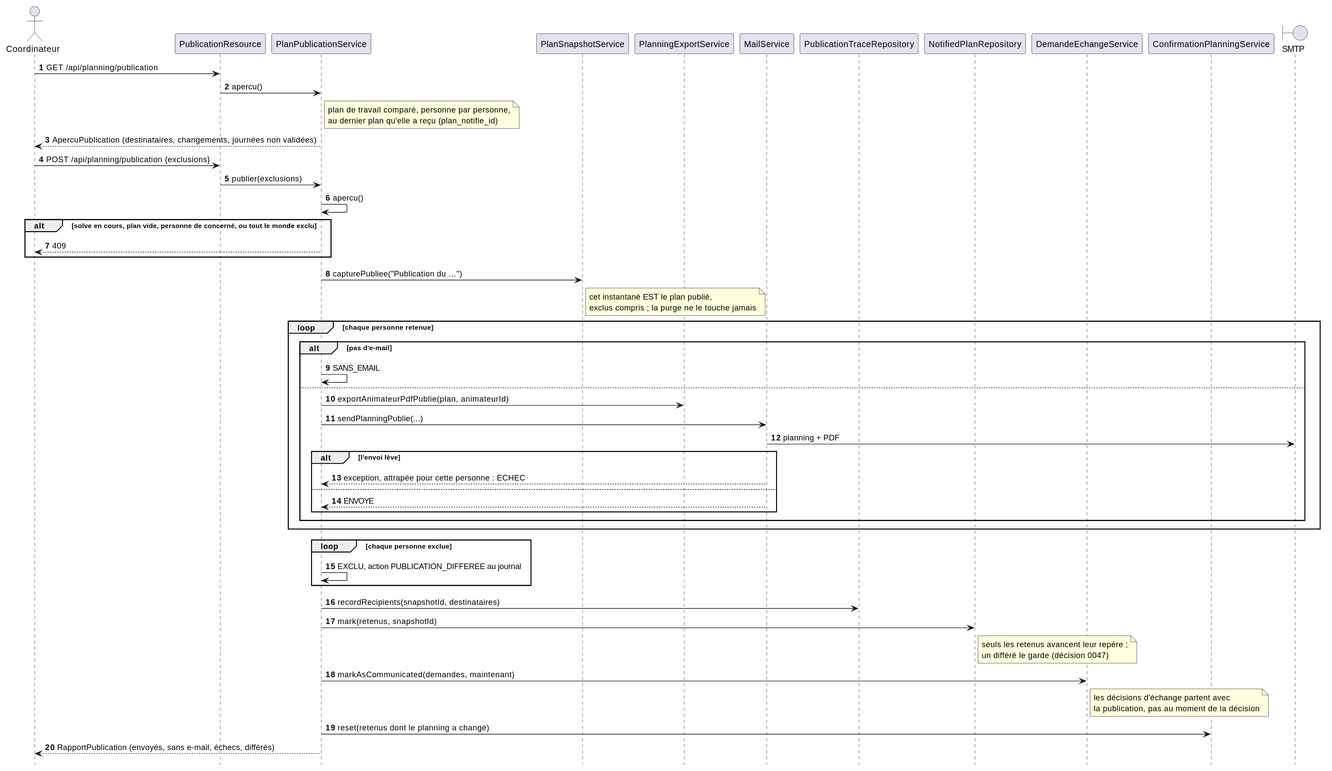
The PlantUML diagram docs/diagrammes/publication.svg in sylvainmetayer/planning-equipes, before a commit. Source of this version:
```plantuml
@startuml
skinparam backgroundColor #FFFFFF
skinparam responseMessageBelowArrow true
hide footbox
autonumber

actor "Coordinateur" as admin
participant PublicationResource as resource
participant PlanPublicationService as publication
participant PlanSnapshotService as snapshots
participant PlanningExportService as exports
participant MailService as mails
participant PublicationTraceRepository as traces
participant NotifiedPlanRepository as reperes
participant DemandeEchangeService as echanges
participant ConfirmationPlanningService as confirmations
boundary "SMTP" as smtp

admin -> resource : GET /api/planning/publication
resource -> publication : apercu()
note right of publication : plan de travail comparé, personne par personne,\nau dernier plan qu'elle a reçu (plan_notifie_id)
publication --> admin : ApercuPublication (destinataires, changements, journées non validées)

admin -> resource : POST /api/planning/publication {exclusions}
resource -> publication : publier(exclusions)
publication -> publication : apercu()
alt solve en cours, plan vide, personne de concerné, ou tout le monde exclu
  publication --> admin : 409
end
publication -> snapshots : capturePubliee("Publication du …")
note right of snapshots : cet instantané EST le plan publié,\nexclus compris ; la purge ne le touche jamais
loop chaque personne retenue
  alt pas d'e-mail
    publication -> publication : SANS_EMAIL
  else
    publication -> exports : exportAnimateurPdfPublie(plan, animateurId)
    publication -> mails : sendPlanningPublie(...)
    mails -> smtp : planning + PDF
    alt l'envoi lève
      mails --> publication : exception, attrapée pour cette personne : ECHEC
    else
      mails --> publication : ENVOYE
    end
  end
end
loop chaque personne exclue
  publication -> publication : EXCLU, action PUBLICATION_DIFFEREE au journal
end
publication -> traces : recordRecipients(snapshotId, destinataires)
publication -> reperes : mark(retenus, snapshotId)
note right of reperes : seuls les retenus avancent leur repère ;\nun différé le garde (décision 0047)
publication -> echanges : markAsCommunicated(demandes, maintenant)
note right of echanges : les décisions d'échange partent avec\nla publication, pas au moment de la décision
publication -> confirmations : reset(retenus dont le planning a changé)
publication --> admin : RapportPublication (envoyés, sans e-mail, échecs, différés)
@enduml
```
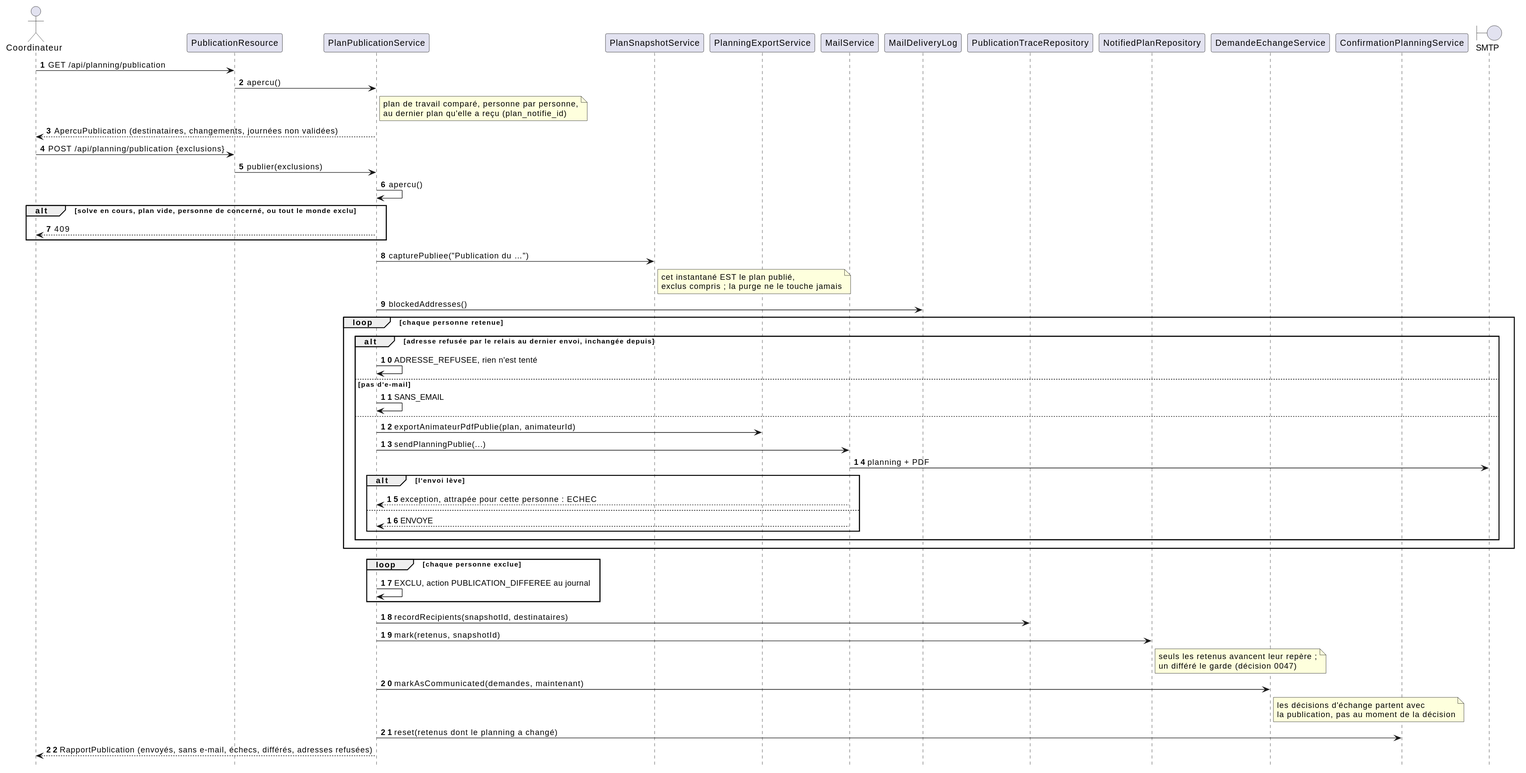
The same diagram one commit later.

Diff of the diagram source:
```diff
@@ -10,6 +10,7 @@
 participant PlanSnapshotService as snapshots
 participant PlanningExportService as exports
 participant MailService as mails
+participant MailDeliveryLog as envois
 participant PublicationTraceRepository as traces
 participant NotifiedPlanRepository as reperes
 participant DemandeEchangeService as echanges
@@ -29,8 +30,11 @@
 end
 publication -> snapshots : capturePubliee("Publication du …")
 note right of snapshots : cet instantané EST le plan publié,\nexclus compris ; la purge ne le touche jamais
+publication -> envois : blockedAddresses()
 loop chaque personne retenue
-  alt pas d'e-mail
+  alt adresse refusée par le relais au dernier envoi, inchangée depuis
+    publication -> publication : ADRESSE_REFUSEE, rien n'est tenté
+  else pas d'e-mail
     publication -> publication : SANS_EMAIL
   else
     publication -> exports : exportAnimateurPdfPublie(plan, animateurId)
@@ -52,5 +56,5 @@
 publication -> echanges : markAsCommunicated(demandes, maintenant)
 note right of echanges : les décisions d'échange partent avec\nla publication, pas au moment de la décision
 publication -> confirmations : reset(retenus dont le planning a changé)
-publication --> admin : RapportPublication (envoyés, sans e-mail, échecs, différés)
+publication --> admin : RapportPublication (envoyés, sans e-mail, échecs, différés, adresses refusées)
 @enduml
```
